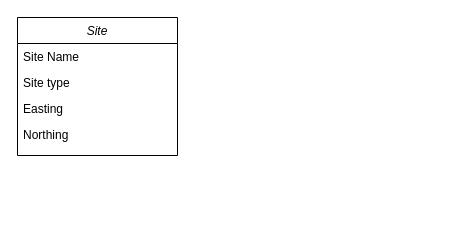
This is 未命名绘图.drawio from ZBCccc/KOB, a draw.io file, before an edit. Source tidied: cells renumbered, new cells numbered last; positions are measured from the earlier drawing's top-left corner, leaving out a move shared by most shapes. Both pictures are drawn from the tidied source at 100%, with x=0, y=0 at pixel (17, 17).
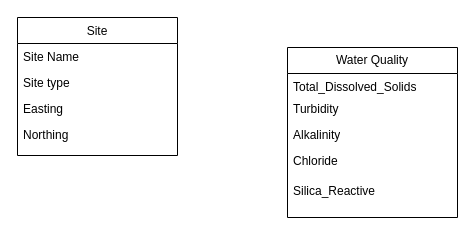
Above is the later version.

Commit message (it also covers changes not shown here):
更新未命名绘图.drawio

Diff of the diagram source:
```diff
@@
 <mxGraphModel>
   <root>
     <mxCell id="0" />
     <mxCell id="1" parent="0" />
-    <mxCell id="2" value="Site " style="swimlane;fontStyle=2;align=center;verticalAlign=top;horizontal=1;startSize=26;rounded=0;shadow=0;strokeWidth=1;" parent="1" vertex="1">
+    <mxCell id="2" value="Site " style="swimlane;fontStyle=0;align=center;verticalAlign=top;horizontal=1;startSize=26;rounded=0;shadow=0;strokeWidth=1;" parent="1" vertex="1">
       <mxGeometry width="160" height="138" as="geometry" />
     </mxCell>
     <mxCell id="3" value="Site Name" style="text;align=left;verticalAlign=top;spacingLeft=4;spacingRight=4;overflow=hidden;" parent="2" vertex="1">
       <mxGeometry y="26" width="160" height="26" as="geometry" />
     </mxCell>
     <mxCell id="4" value="Site type" style="text;align=left;verticalAlign=top;spacingLeft=4;spacingRight=4;overflow=hidden;rounded=0;shadow=0;html=0;" parent="2" vertex="1">
       <mxGeometry y="52" width="160" height="26" as="geometry" />
     </mxCell>
     <mxCell id="5" value="Easting" style="text;align=left;verticalAlign=top;spacingLeft=4;spacingRight=4;overflow=hidden;rounded=0;shadow=0;html=0;" parent="2" vertex="1">
       <mxGeometry y="78" width="160" height="26" as="geometry" />
     </mxCell>
     <mxCell id="6" value="Northing" style="text;strokeColor=none;align=left;fillColor=none;html=1;verticalAlign=top;whiteSpace=wrap;rounded=0;spacingLeft=4;spacingRight=4;" parent="2" vertex="1">
       <mxGeometry y="104" width="160" height="30" as="geometry" />
     </mxCell>
+    <mxCell id="7" value="Water Quality" style="swimlane;fontStyle=0;horizontal=1;startSize=26;fillColor=none;whiteSpace=wrap;html=1;" parent="1" vertex="1">
+      <mxGeometry x="270" y="30" width="170" height="170" as="geometry" />
+    </mxCell>
+    <mxCell id="8" value="Total_Dissolved_Solids" style="text;strokeColor=none;fillColor=none;align=left;verticalAlign=top;spacingLeft=4;spacingRight=4;overflow=hidden;whiteSpace=wrap;html=1;" parent="7" vertex="1">
+      <mxGeometry y="26" width="170" height="22" as="geometry" />
+    </mxCell>
+    <mxCell id="9" value="Turbidity" style="text;strokeColor=none;fillColor=none;align=left;verticalAlign=top;spacingLeft=4;spacingRight=4;overflow=hidden;whiteSpace=wrap;html=1;" parent="7" vertex="1">
+      <mxGeometry y="48" width="170" height="26" as="geometry" />
+    </mxCell>
+    <mxCell id="10" value="Alkalinity" style="text;strokeColor=none;fillColor=none;align=left;verticalAlign=top;spacingLeft=4;spacingRight=4;overflow=hidden;whiteSpace=wrap;html=1;" parent="7" vertex="1">
+      <mxGeometry y="74" width="170" height="26" as="geometry" />
+    </mxCell>
+    <mxCell id="11" value="Chloride" style="text;strokeColor=none;align=left;fillColor=none;html=1;verticalAlign=top;whiteSpace=wrap;rounded=0;spacingLeft=4;spacingRight=4;" parent="7" vertex="1">
+      <mxGeometry y="100" width="170" height="30" as="geometry" />
+    </mxCell>
+    <mxCell id="12" value="Silica_Reactive" style="text;whiteSpace=wrap;spacingLeft=4;spacingRight=4;" parent="7" vertex="1">
+      <mxGeometry y="130" width="170" height="40" as="geometry" />
+    </mxCell>
   </root>
 </mxGraphModel>
```
